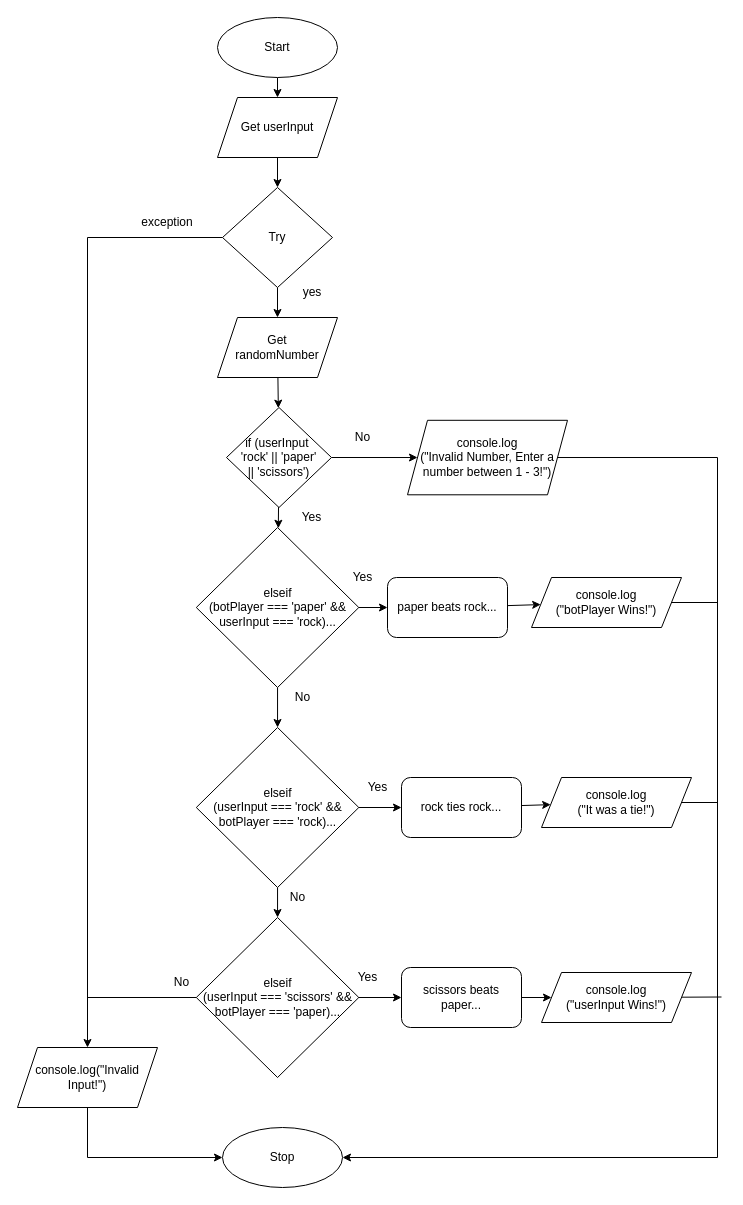
Earlier version of the draw.io diagram Drawio/Flowchart.drawio (JacksonNaufal/ics4u-Assignment-1-typescript). Source tidied: cells renumbered, new cells numbered last; positions are measured from the earlier drawing's top-left corner, leaving out a move shared by most shapes. Both pictures are drawn from the tidied source at 100%, with x=0, y=0 at pixel (17, 17).
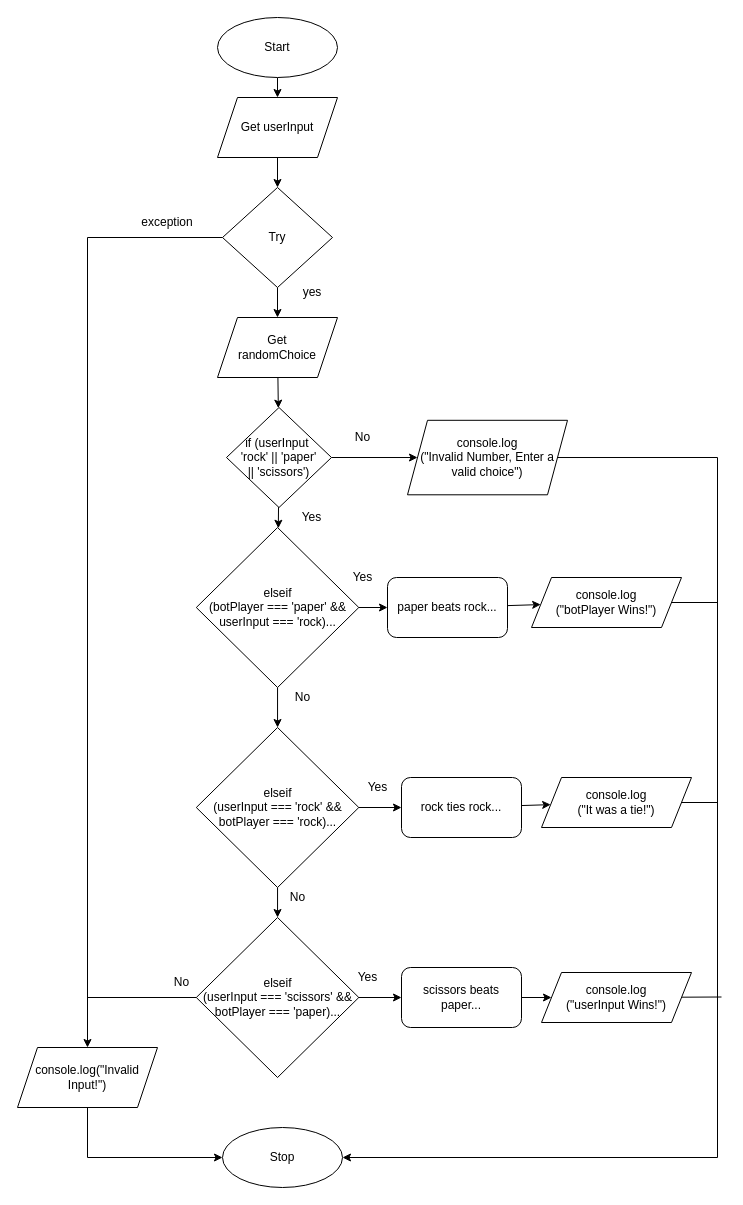
After the change.

What changed in the source:
```diff
@@
-    <mxCell id="17" value="Get &lt;br&gt;randomNumber" style="shape=parallelogram;perimeter=parallelogramPerimeter;whiteSpace=wrap;html=1;fixedSize=1;" parent="1" vertex="1">
+    <mxCell id="17" value="Get &lt;br&gt;randomChoice" style="shape=parallelogram;perimeter=parallelogramPerimeter;whiteSpace=wrap;html=1;fixedSize=1;" parent="1" vertex="1">
       <mxGeometry x="200" y="300" width="120" height="60" as="geometry" />
     </mxCell>
@@
-    <mxCell id="34" value="console.log&lt;br&gt;(&quot;Invalid Number, Enter a number between 1 - 3!&quot;)" style="shape=parallelogram;perimeter=parallelogramPerimeter;whiteSpace=wrap;html=1;fixedSize=1;" parent="1" vertex="1">
+    <mxCell id="34" value="console.log&lt;br&gt;(&quot;Invalid Number, Enter a valid choice&quot;)" style="shape=parallelogram;perimeter=parallelogramPerimeter;whiteSpace=wrap;html=1;fixedSize=1;" parent="1" vertex="1">
       <mxGeometry x="390" y="402.8" width="160" height="74.5" as="geometry" />
     </mxCell>
```
